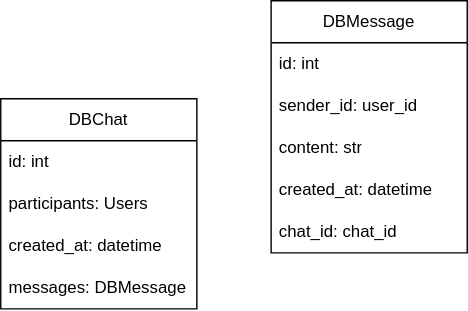
This is database.svg from twonumberfortyfives/fast-api-web-sockets, a draw.io export, as it was before one commit. Source tidied: cells renumbered, new cells last; positions are measured from the earlier drawing's top-left corner, leaving out a move shared by most shapes.
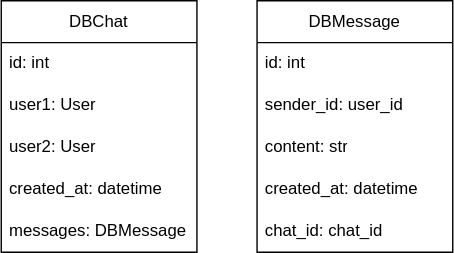
Above is the later version.

Change to the diagram source:
```diff
@@ -3,19 +3,22 @@
     <mxCell id="0" />
     <mxCell id="1" parent="0" />
     <mxCell id="2" value="DBChat" style="swimlane;fontStyle=0;horizontal=1;startSize=30;whiteSpace=wrap;html=1;" parent="1" vertex="1">
-      <mxGeometry y="70" width="140" height="150" as="geometry" />
+      <mxGeometry x="10" width="140" height="180" as="geometry" />
     </mxCell>
     <mxCell id="3" value="id: int" style="text;strokeColor=none;fillColor=none;align=left;verticalAlign=middle;spacingLeft=4;spacingRight=4;overflow=hidden;whiteSpace=wrap;html=1;" parent="2" vertex="1">
       <mxGeometry y="30" width="140" height="30" as="geometry" />
     </mxCell>
-    <mxCell id="4" value="participants: Users" style="text;strokeColor=none;fillColor=none;align=left;verticalAlign=middle;spacingLeft=4;spacingRight=4;overflow=hidden;whiteSpace=wrap;html=1;" parent="2" vertex="1">
+    <mxCell id="4" value="user1: User" style="text;strokeColor=none;fillColor=none;align=left;verticalAlign=middle;spacingLeft=4;spacingRight=4;overflow=hidden;whiteSpace=wrap;html=1;" parent="2" vertex="1">
       <mxGeometry y="60" width="140" height="30" as="geometry" />
     </mxCell>
+    <mxCell id="13" value="user2: User" style="text;strokeColor=none;fillColor=none;align=left;verticalAlign=middle;spacingLeft=4;spacingRight=4;overflow=hidden;whiteSpace=wrap;html=1;" parent="2" vertex="1">
+      <mxGeometry y="90" width="140" height="30" as="geometry" />
+    </mxCell>
     <mxCell id="5" value="created_at: datetime" style="text;strokeColor=none;fillColor=none;align=left;verticalAlign=middle;spacingLeft=4;spacingRight=4;overflow=hidden;whiteSpace=wrap;html=1;" parent="2" vertex="1">
-      <mxGeometry y="90" width="140" height="30" as="geometry" />
+      <mxGeometry y="120" width="140" height="30" as="geometry" />
     </mxCell>
     <mxCell id="6" value="messages: DBMessage" style="text;strokeColor=none;fillColor=none;align=left;verticalAlign=middle;spacingLeft=4;spacingRight=4;overflow=hidden;whiteSpace=wrap;html=1;" parent="2" vertex="1">
-      <mxGeometry y="120" width="140" height="30" as="geometry" />
+      <mxGeometry y="150" width="140" height="30" as="geometry" />
     </mxCell>
     <mxCell id="7" value="DBMessage" style="swimlane;fontStyle=0;horizontal=1;startSize=30;whiteSpace=wrap;html=1;" parent="1" vertex="1">
       <mxGeometry x="193" width="140" height="180" as="geometry" />
```
